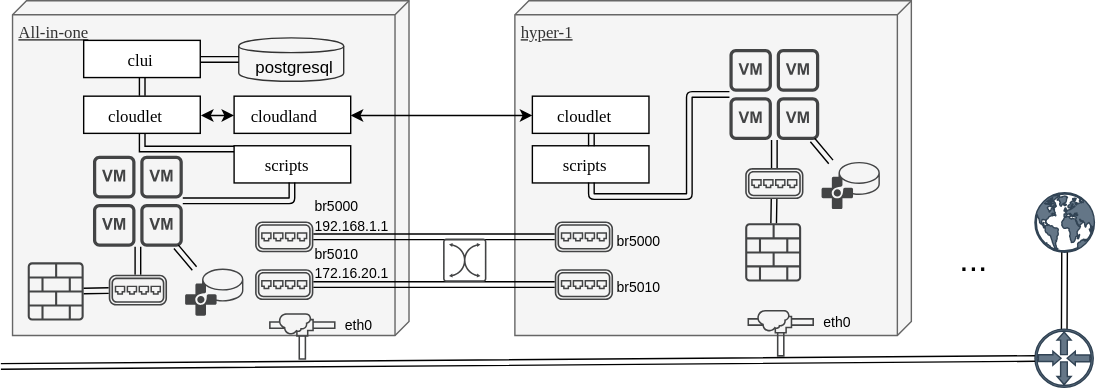
The draw.io diagram web/multinode.svg in Catherine2019/cloudland, before a commit. Source tidied: cells renumbered, new cells last; positions are measured from the earlier drawing's top-left corner, leaving out a move shared by most shapes. Source of this version:
```xml
<mxGraphModel>
  <root>
    <mxCell id="0" />
    <mxCell id="1" parent="0" />
    <mxCell id="2" value="All-in-one" style="verticalAlign=top;align=left;spacingTop=8;spacingLeft=2;spacingRight=12;shape=cube;size=10;direction=south;fontStyle=4;html=1;rounded=0;shadow=0;comic=0;labelBackgroundColor=none;strokeColor=#666666;strokeWidth=1;fillColor=#f5f5f5;fontFamily=Verdana;fontSize=12;fontColor=#333333;" parent="1" vertex="1">
      <mxGeometry x="8.3" width="283.3" height="239.2" as="geometry" />
    </mxCell>
    <mxCell id="3" value="clui" style="html=1;rounded=0;shadow=0;comic=0;labelBackgroundColor=none;strokeColor=#000000;strokeWidth=1;fillColor=#ffffff;fontFamily=Verdana;fontSize=12;fontColor=#000000;align=center;" parent="1" vertex="1">
      <mxGeometry x="59.2" y="28.4" width="83.3" height="26.6" as="geometry" />
    </mxCell>
    <mxCell id="4" style="shape=cylinder;whiteSpace=wrap;html=1;boundedLbl=1;backgroundOutline=1;strokeColor=#333333;fillColor=none;" parent="1" vertex="1">
      <mxGeometry x="170" y="26.6" width="75" height="31" as="geometry" />
    </mxCell>
    <mxCell id="5" style="edgeStyle=none;shape=link;rounded=0;jettySize=auto;html=1;exitX=1;exitY=0.5;exitDx=0;exitDy=0;entryX=0;entryY=0.5;entryDx=0;entryDy=0;startArrow=blockThin;startFill=1;" parent="1" edge="1" source="3" target="4">
      <mxGeometry relative="1" as="geometry" />
    </mxCell>
    <mxCell id="6" value="postgresql" style="text;html=1;strokeColor=none;fillColor=none;align=center;verticalAlign=middle;whiteSpace=wrap;rounded=0;" parent="1" vertex="1">
      <mxGeometry x="190.8" y="39.9" width="37.5" height="13.3" as="geometry" />
    </mxCell>
    <mxCell id="7" value="cloudlet" style="html=1;rounded=0;shadow=0;comic=0;labelBackgroundColor=none;strokeColor=#000000;strokeWidth=1;fillColor=#ffffff;fontFamily=Verdana;fontSize=12;fontColor=#000000;align=center;" parent="1" vertex="1">
      <mxGeometry x="59.2" y="68.2" width="83.3" height="26.6" as="geometry" />
    </mxCell>
    <mxCell id="8" style="rounded=0;jettySize=auto;html=1;exitX=0.5;exitY=1;exitDx=0;exitDy=0;entryX=0.5;entryY=0;entryDx=0;entryDy=0;startArrow=blockThin;startFill=1;shape=link;" parent="1" edge="1" source="3" target="7">
      <mxGeometry relative="1" as="geometry" />
    </mxCell>
    <mxCell id="9" style="edgeStyle=orthogonalEdgeStyle;rounded=0;jettySize=auto;html=1;entryX=1;entryY=0.5;entryDx=0;entryDy=0;startArrow=classic;startFill=1;" parent="1" edge="1" source="10" target="7">
      <mxGeometry relative="1" as="geometry" />
    </mxCell>
    <mxCell id="10" value="cloudland" style="html=1;rounded=0;shadow=0;comic=0;labelBackgroundColor=none;strokeColor=#000000;strokeWidth=1;fillColor=#ffffff;fontFamily=Verdana;fontSize=12;fontColor=#000000;align=center;" parent="1" vertex="1">
      <mxGeometry x="166.7" y="68.2" width="83.3" height="26.6" as="geometry" />
    </mxCell>
    <mxCell id="11" style="edgeStyle=orthogonalEdgeStyle;rounded=0;jettySize=auto;html=1;shape=link;" parent="1" edge="1" source="12" target="7">
      <mxGeometry relative="1" as="geometry">
        <Array as="points">
          <mxPoint x="100.8" y="106.3" />
        </Array>
      </mxGeometry>
    </mxCell>
    <mxCell id="12" value="scripts" style="html=1;rounded=0;shadow=0;comic=0;labelBackgroundColor=none;strokeColor=#000000;strokeWidth=1;fillColor=#ffffff;fontFamily=Verdana;fontSize=12;fontColor=#000000;align=center;" parent="1" vertex="1">
      <mxGeometry x="166.7" y="103.7" width="83.3" height="26.6" as="geometry" />
    </mxCell>
    <mxCell id="13" style="endArrow=classic;startArrow=classic;html=1;edgeStyle=orthogonalEdgeStyle;entryX=0.5;entryY=1;entryDx=0;entryDy=0;shape=link;" parent="1" edge="1" source="15" target="12">
      <mxGeometry relative="1" as="geometry" />
    </mxCell>
    <mxCell id="14" style="shadow=0;dashed=0;html=1;strokeColor=none;fillColor=#434445;labelPosition=center;verticalLabelPosition=bottom;verticalAlign=top;align=center;outlineConnect=0;shape=mxgraph.vvd.logical_firewall;" parent="1" vertex="1">
      <mxGeometry x="19.2" y="187" width="40" height="41.7" as="geometry" />
    </mxCell>
    <mxCell id="15" style="shadow=0;dashed=0;html=1;strokeColor=none;fillColor=#434445;labelPosition=center;verticalLabelPosition=bottom;verticalAlign=top;align=center;outlineConnect=0;shape=mxgraph.vvd.vm_group;" parent="1" vertex="1">
      <mxGeometry x="65.8" y="110.8" width="64.2" height="65" as="geometry" />
    </mxCell>
    <mxCell id="16" style="edgeStyle=none;shape=link;rounded=0;jettySize=auto;html=1;startArrow=blockThin;startFill=1;" parent="1" edge="1" source="18" target="14">
      <mxGeometry relative="1" as="geometry" />
    </mxCell>
    <mxCell id="17" style="edgeStyle=none;shape=link;rounded=0;jettySize=auto;html=1;startArrow=blockThin;startFill=1;" parent="1" edge="1" source="18" target="15">
      <mxGeometry relative="1" as="geometry" />
    </mxCell>
    <mxCell id="18" style="shadow=0;dashed=0;html=1;strokeColor=none;fillColor=#434445;labelPosition=center;verticalLabelPosition=bottom;verticalAlign=top;align=center;outlineConnect=0;shape=mxgraph.vvd.virtual_switch;" parent="1" vertex="1">
      <mxGeometry x="77.1" y="195.8" width="41.7" height="22.1" as="geometry" />
    </mxCell>
    <mxCell id="19" style="shadow=0;dashed=0;html=1;strokeColor=#314354;fillColor=#647687;labelPosition=center;verticalLabelPosition=bottom;verticalAlign=top;align=center;outlineConnect=0;shape=mxgraph.vvd.networking;fontColor=#ffffff;" parent="1" vertex="1">
      <mxGeometry x="739" y="137.2" width="42.5" height="42.5" as="geometry" />
    </mxCell>
    <mxCell id="20" style="edgeStyle=none;shape=link;rounded=0;jettySize=auto;html=1;startArrow=blockThin;startFill=1;" parent="1" edge="1" source="21" target="19">
      <mxGeometry relative="1" as="geometry" />
    </mxCell>
    <mxCell id="21" style="shadow=0;dashed=0;html=1;strokeColor=#314354;fillColor=#647687;labelPosition=center;verticalLabelPosition=bottom;verticalAlign=top;align=center;outlineConnect=0;shape=mxgraph.vvd.physical_upstream_router;fontColor=#ffffff;" parent="1" vertex="1">
      <mxGeometry x="739" y="234.7" width="41.7" height="41.7" as="geometry" />
    </mxCell>
    <mxCell id="22" style="edgeStyle=none;shape=link;rounded=0;jettySize=auto;html=1;startArrow=blockThin;startFill=1;" parent="1" edge="1" source="23" target="15">
      <mxGeometry relative="1" as="geometry" />
    </mxCell>
    <mxCell id="23" style="shadow=0;dashed=0;html=1;strokeColor=none;fillColor=#434445;labelPosition=center;verticalLabelPosition=bottom;verticalAlign=top;align=center;outlineConnect=0;shape=mxgraph.vvd.writable_volume;" parent="1" vertex="1">
      <mxGeometry x="131.7" y="191.4" width="41.7" height="33.8" as="geometry" />
    </mxCell>
    <mxCell id="24" style="edgeStyle=none;shape=link;rounded=0;jettySize=auto;html=1;startArrow=blockThin;startFill=1;" parent="1" edge="1" target="21">
      <mxGeometry relative="1" as="geometry">
        <mxPoint y="261.4" as="sourcePoint" />
      </mxGeometry>
    </mxCell>
    <mxCell id="25" style="shadow=0;dashed=0;html=1;strokeColor=none;fillColor=#434445;labelPosition=center;verticalLabelPosition=bottom;verticalAlign=top;align=center;outlineConnect=0;shape=mxgraph.vvd.virtual_switch;" parent="1" vertex="1">
      <mxGeometry x="181.7" y="191.8" width="41.7" height="22.1" as="geometry" />
    </mxCell>
    <mxCell id="26" style="shadow=0;dashed=0;html=1;strokeColor=none;fillColor=#434445;labelPosition=center;verticalLabelPosition=bottom;verticalAlign=top;align=center;outlineConnect=0;shape=mxgraph.vvd.virtual_switch;" parent="1" vertex="1">
      <mxGeometry x="181.7" y="157.7" width="41.7" height="22.1" as="geometry" />
    </mxCell>
    <mxCell id="27" value="&lt;div align=&quot;left&quot;&gt;&lt;font style=&quot;font-size: 10px&quot;&gt;br5000&lt;/font&gt;&lt;br&gt;&lt;font style=&quot;font-size: 10px&quot;&gt;192.168.1.1&lt;/font&gt;&lt;/div&gt;" style="text;html=1;strokeColor=none;fillColor=none;align=center;verticalAlign=middle;whiteSpace=wrap;rounded=0;" parent="1" vertex="1">
      <mxGeometry x="233.3" y="144.4" width="33.3" height="17.7" as="geometry" />
    </mxCell>
    <mxCell id="28" value="&lt;div align=&quot;left&quot;&gt;&lt;font style=&quot;font-size: 10px&quot;&gt;br5010&lt;/font&gt;&lt;br&gt;&lt;font style=&quot;font-size: 10px&quot;&gt;172.16.20.1&lt;/font&gt;&lt;/div&gt;" style="text;html=1;strokeColor=none;fillColor=none;align=center;verticalAlign=middle;whiteSpace=wrap;rounded=0;" parent="1" vertex="1">
      <mxGeometry x="233.5" y="178.2" width="33.3" height="17.7" as="geometry" />
    </mxCell>
    <mxCell id="29" value="&lt;font style=&quot;font-size: 10px&quot;&gt;eth0&lt;/font&gt;" style="text;html=1;strokeColor=none;fillColor=none;align=center;verticalAlign=middle;whiteSpace=wrap;rounded=0;" parent="1" vertex="1">
      <mxGeometry x="238.8" y="222.4" width="33.3" height="17.7" as="geometry" />
    </mxCell>
    <mxCell id="30" value="hyper-1" style="verticalAlign=top;align=left;spacingTop=8;spacingLeft=2;spacingRight=12;shape=cube;size=10;direction=south;fontStyle=4;html=1;rounded=0;shadow=0;comic=0;labelBackgroundColor=none;strokeColor=#666666;strokeWidth=1;fillColor=#f5f5f5;fontFamily=Verdana;fontSize=12;fontColor=#333333;" parent="1" vertex="1">
      <mxGeometry x="367.3" width="283.3" height="239.2" as="geometry" />
    </mxCell>
    <mxCell id="31" style="edgeStyle=orthogonalEdgeStyle;rounded=0;jettySize=auto;html=1;entryX=1;entryY=0.5;entryDx=0;entryDy=0;startArrow=classic;startFill=1;" parent="1" edge="1" source="32" target="10">
      <mxGeometry relative="1" as="geometry" />
    </mxCell>
    <mxCell id="32" value="cloudlet" style="html=1;rounded=0;shadow=0;comic=0;labelBackgroundColor=none;strokeColor=#000000;strokeWidth=1;fillColor=#ffffff;fontFamily=Verdana;fontSize=12;fontColor=#000000;align=center;" parent="1" vertex="1">
      <mxGeometry x="379.8" y="68.2" width="83.3" height="26.6" as="geometry" />
    </mxCell>
    <mxCell id="33" value="scripts" style="html=1;rounded=0;shadow=0;comic=0;labelBackgroundColor=none;strokeColor=#000000;strokeWidth=1;fillColor=#ffffff;fontFamily=Verdana;fontSize=12;fontColor=#000000;align=center;" parent="1" vertex="1">
      <mxGeometry x="379.8" y="103.7" width="83.3" height="26.6" as="geometry" />
    </mxCell>
    <mxCell id="34" style="edgeStyle=none;shape=link;rounded=0;jettySize=auto;html=1;exitX=0.5;exitY=1;exitDx=0;exitDy=0;entryX=0.5;entryY=0;entryDx=0;entryDy=0;startArrow=blockThin;startFill=1;" parent="1" edge="1" source="32" target="33">
      <mxGeometry relative="1" as="geometry" />
    </mxCell>
    <mxCell id="35" style="endArrow=classic;startArrow=classic;html=1;edgeStyle=orthogonalEdgeStyle;entryX=0.5;entryY=1;entryDx=0;entryDy=0;shape=link;" parent="1" edge="1" source="37" target="33">
      <mxGeometry relative="1" as="geometry" />
    </mxCell>
    <mxCell id="36" style="shadow=0;dashed=0;html=1;strokeColor=none;fillColor=#434445;labelPosition=center;verticalLabelPosition=bottom;verticalAlign=top;align=center;outlineConnect=0;shape=mxgraph.vvd.logical_firewall;" parent="1" vertex="1">
      <mxGeometry x="531.9" y="159.1" width="40" height="41.7" as="geometry" />
    </mxCell>
    <mxCell id="37" style="shadow=0;dashed=0;html=1;strokeColor=none;fillColor=#434445;labelPosition=center;verticalLabelPosition=bottom;verticalAlign=top;align=center;outlineConnect=0;shape=mxgraph.vvd.vm_group;" parent="1" vertex="1">
      <mxGeometry x="520.7" y="34.6" width="64.2" height="65" as="geometry" />
    </mxCell>
    <mxCell id="38" style="edgeStyle=none;shape=link;rounded=0;jettySize=auto;html=1;startArrow=blockThin;startFill=1;" parent="1" edge="1" source="40" target="36">
      <mxGeometry relative="1" as="geometry" />
    </mxCell>
    <mxCell id="39" style="edgeStyle=none;shape=link;rounded=0;jettySize=auto;html=1;startArrow=blockThin;startFill=1;" parent="1" edge="1" source="40" target="37">
      <mxGeometry relative="1" as="geometry" />
    </mxCell>
    <mxCell id="40" style="shadow=0;dashed=0;html=1;strokeColor=none;fillColor=#434445;labelPosition=center;verticalLabelPosition=bottom;verticalAlign=top;align=center;outlineConnect=0;shape=mxgraph.vvd.virtual_switch;" parent="1" vertex="1">
      <mxGeometry x="531.9" y="119.6" width="41.7" height="22.1" as="geometry" />
    </mxCell>
    <mxCell id="41" style="edgeStyle=none;shape=link;rounded=0;jettySize=auto;html=1;startArrow=blockThin;startFill=1;" parent="1" edge="1" source="42" target="37">
      <mxGeometry relative="1" as="geometry" />
    </mxCell>
    <mxCell id="42" style="shadow=0;dashed=0;html=1;strokeColor=none;fillColor=#434445;labelPosition=center;verticalLabelPosition=bottom;verticalAlign=top;align=center;outlineConnect=0;shape=mxgraph.vvd.writable_volume;" parent="1" vertex="1">
      <mxGeometry x="586.5" y="115.2" width="41.7" height="33.8" as="geometry" />
    </mxCell>
    <mxCell id="43" style="edgeStyle=orthogonalEdgeStyle;shape=link;rounded=0;jettySize=auto;html=1;startArrow=classic;startFill=1;" parent="1" edge="1" source="44" target="25">
      <mxGeometry relative="1" as="geometry" />
    </mxCell>
    <mxCell id="44" style="shadow=0;dashed=0;html=1;strokeColor=none;fillColor=#434445;labelPosition=center;verticalLabelPosition=bottom;verticalAlign=top;align=center;outlineConnect=0;shape=mxgraph.vvd.virtual_switch;" parent="1" vertex="1">
      <mxGeometry x="395.8" y="191.8" width="41.7" height="22.1" as="geometry" />
    </mxCell>
    <mxCell id="45" style="edgeStyle=orthogonalEdgeStyle;rounded=0;jettySize=auto;html=1;startArrow=classic;startFill=1;shape=link;" parent="1" edge="1" source="46" target="26">
      <mxGeometry relative="1" as="geometry" />
    </mxCell>
    <mxCell id="46" style="shadow=0;dashed=0;html=1;strokeColor=none;fillColor=#434445;labelPosition=center;verticalLabelPosition=bottom;verticalAlign=top;align=center;outlineConnect=0;shape=mxgraph.vvd.virtual_switch;" parent="1" vertex="1">
      <mxGeometry x="395.8" y="157.7" width="41.7" height="22.1" as="geometry" />
    </mxCell>
    <mxCell id="47" value="&lt;div align=&quot;left&quot;&gt;&lt;font style=&quot;font-size: 10px&quot;&gt;br5000&lt;/font&gt;&lt;/div&gt;" style="text;html=1;strokeColor=none;fillColor=none;align=center;verticalAlign=middle;whiteSpace=wrap;rounded=0;" parent="1" vertex="1">
      <mxGeometry x="439.2" y="162.2" width="33.3" height="17.7" as="geometry" />
    </mxCell>
    <mxCell id="48" value="&lt;div align=&quot;left&quot;&gt;&lt;font style=&quot;font-size: 10px&quot;&gt;br5010&lt;/font&gt;&lt;/div&gt;" style="text;html=1;strokeColor=none;fillColor=none;align=center;verticalAlign=middle;whiteSpace=wrap;rounded=0;" parent="1" vertex="1">
      <mxGeometry x="439.2" y="198" width="33.3" height="11.5" as="geometry" />
    </mxCell>
    <mxCell id="49" style="shadow=0;dashed=0;html=1;strokeColor=none;fillColor=#434445;labelPosition=center;verticalLabelPosition=bottom;verticalAlign=top;align=center;shape=mxgraph.vvd.external_networks;rotation=180;" parent="1" vertex="1">
      <mxGeometry x="191.7" y="223.3" width="47.5" height="33.3" as="geometry" />
    </mxCell>
    <mxCell id="50" value="&lt;font style=&quot;font-size: 10px&quot;&gt;eth0&lt;/font&gt;" style="text;html=1;strokeColor=none;fillColor=none;align=center;verticalAlign=middle;whiteSpace=wrap;rounded=0;" parent="1" vertex="1">
      <mxGeometry x="580.7" y="220.2" width="33.3" height="17.7" as="geometry" />
    </mxCell>
    <mxCell id="51" style="shadow=0;dashed=0;html=1;strokeColor=none;fillColor=#434445;labelPosition=center;verticalLabelPosition=bottom;verticalAlign=top;align=center;shape=mxgraph.vvd.external_networks;rotation=180;" parent="1" vertex="1">
      <mxGeometry x="533.6" y="221.1" width="47.5" height="33.3" as="geometry" />
    </mxCell>
    <mxCell id="52" style="shadow=0;dashed=0;html=1;strokeColor=none;fillColor=#434445;labelPosition=center;verticalLabelPosition=bottom;verticalAlign=top;align=center;shape=mxgraph.vvd.vxlan;" parent="1" vertex="1">
      <mxGeometry x="316" y="170" width="31" height="31" as="geometry" />
    </mxCell>
    <mxCell id="53" value="&lt;font style=&quot;font-size: 24px&quot;&gt;...&lt;/font&gt;" style="text;html=1;strokeColor=none;fillColor=none;align=center;verticalAlign=middle;whiteSpace=wrap;rounded=0;" parent="1" vertex="1">
      <mxGeometry x="675" y="175.5" width="40" height="20" as="geometry" />
    </mxCell>
  </root>
</mxGraphModel>
```
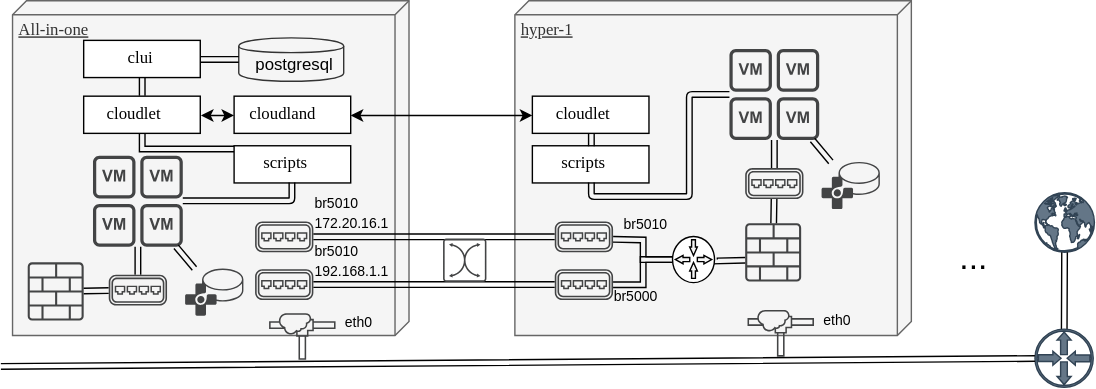
The same file after the commit.

The edit, as a diff of the source:
```diff
@@ -72,23 +72,23 @@
     <mxCell id="23" style="shadow=0;dashed=0;html=1;strokeColor=none;fillColor=#434445;labelPosition=center;verticalLabelPosition=bottom;verticalAlign=top;align=center;outlineConnect=0;shape=mxgraph.vvd.writable_volume;" parent="1" vertex="1">
       <mxGeometry x="131.7" y="191.4" width="41.7" height="33.8" as="geometry" />
     </mxCell>
-    <mxCell id="24" style="edgeStyle=none;shape=link;rounded=0;jettySize=auto;html=1;startArrow=blockThin;startFill=1;" parent="1" edge="1" target="21">
-      <mxGeometry relative="1" as="geometry">
-        <mxPoint y="261.4" as="sourcePoint" />
-      </mxGeometry>
-    </mxCell>
+    <mxCell id="54" style="edgeStyle=none;shape=link;rounded=0;jettySize=auto;html=1;startArrow=blockThin;startFill=1;" parent="1" edge="1" target="21">
+      <mxGeometry relative="1" as="geometry">
+        <mxPoint y="261.4" as="sourcePoint" />
+      </mxGeometry>
+    </mxCell>
     <mxCell id="25" style="shadow=0;dashed=0;html=1;strokeColor=none;fillColor=#434445;labelPosition=center;verticalLabelPosition=bottom;verticalAlign=top;align=center;outlineConnect=0;shape=mxgraph.vvd.virtual_switch;" parent="1" vertex="1">
       <mxGeometry x="181.7" y="191.8" width="41.7" height="22.1" as="geometry" />
     </mxCell>
     <mxCell id="26" style="shadow=0;dashed=0;html=1;strokeColor=none;fillColor=#434445;labelPosition=center;verticalLabelPosition=bottom;verticalAlign=top;align=center;outlineConnect=0;shape=mxgraph.vvd.virtual_switch;" parent="1" vertex="1">
       <mxGeometry x="181.7" y="157.7" width="41.7" height="22.1" as="geometry" />
     </mxCell>
-    <mxCell id="27" value="&lt;div align=&quot;left&quot;&gt;&lt;font style=&quot;font-size: 10px&quot;&gt;br5000&lt;/font&gt;&lt;br&gt;&lt;font style=&quot;font-size: 10px&quot;&gt;192.168.1.1&lt;/font&gt;&lt;/div&gt;" style="text;html=1;strokeColor=none;fillColor=none;align=center;verticalAlign=middle;whiteSpace=wrap;rounded=0;" parent="1" vertex="1">
-      <mxGeometry x="233.3" y="144.4" width="33.3" height="17.7" as="geometry" />
-    </mxCell>
-    <mxCell id="28" value="&lt;div align=&quot;left&quot;&gt;&lt;font style=&quot;font-size: 10px&quot;&gt;br5010&lt;/font&gt;&lt;br&gt;&lt;font style=&quot;font-size: 10px&quot;&gt;172.16.20.1&lt;/font&gt;&lt;/div&gt;" style="text;html=1;strokeColor=none;fillColor=none;align=center;verticalAlign=middle;whiteSpace=wrap;rounded=0;" parent="1" vertex="1">
-      <mxGeometry x="233.5" y="178.2" width="33.3" height="17.7" as="geometry" />
-    </mxCell>
+    <mxCell id="55" value="&lt;div align=&quot;left&quot;&gt;&lt;font style=&quot;font-size: 10px&quot;&gt;br5010&lt;/font&gt;&lt;br&gt;&lt;font style=&quot;font-size: 10px&quot;&gt;172.20.16.1&lt;/font&gt;&lt;/div&gt;" style="text;html=1;strokeColor=none;fillColor=none;align=center;verticalAlign=middle;whiteSpace=wrap;rounded=0;" parent="1" vertex="1">
+      <mxGeometry x="233.3" y="144.4" width="33.3" height="17.7" as="geometry" />
+    </mxCell>
+    <mxCell id="56" value="&lt;div align=&quot;left&quot;&gt;&lt;font style=&quot;font-size: 10px&quot;&gt;br5010&lt;/font&gt;&lt;br&gt;&lt;font style=&quot;font-size: 10px&quot;&gt;192.168.1.1&lt;/font&gt;&lt;/div&gt;" style="text;html=1;strokeColor=none;fillColor=none;align=center;verticalAlign=middle;whiteSpace=wrap;rounded=0;" parent="1" vertex="1">
+      <mxGeometry x="233.5" y="178.2" width="33.3" height="17.7" as="geometry" />
+    </mxCell>
     <mxCell id="29" value="&lt;font style=&quot;font-size: 10px&quot;&gt;eth0&lt;/font&gt;" style="text;html=1;strokeColor=none;fillColor=none;align=center;verticalAlign=middle;whiteSpace=wrap;rounded=0;" parent="1" vertex="1">
       <mxGeometry x="238.8" y="222.4" width="33.3" height="17.7" as="geometry" />
     </mxCell>
@@ -143,12 +143,6 @@
     <mxCell id="46" style="shadow=0;dashed=0;html=1;strokeColor=none;fillColor=#434445;labelPosition=center;verticalLabelPosition=bottom;verticalAlign=top;align=center;outlineConnect=0;shape=mxgraph.vvd.virtual_switch;" parent="1" vertex="1">
       <mxGeometry x="395.8" y="157.7" width="41.7" height="22.1" as="geometry" />
     </mxCell>
-    <mxCell id="47" value="&lt;div align=&quot;left&quot;&gt;&lt;font style=&quot;font-size: 10px&quot;&gt;br5000&lt;/font&gt;&lt;/div&gt;" style="text;html=1;strokeColor=none;fillColor=none;align=center;verticalAlign=middle;whiteSpace=wrap;rounded=0;" parent="1" vertex="1">
-      <mxGeometry x="439.2" y="162.2" width="33.3" height="17.7" as="geometry" />
-    </mxCell>
-    <mxCell id="48" value="&lt;div align=&quot;left&quot;&gt;&lt;font style=&quot;font-size: 10px&quot;&gt;br5010&lt;/font&gt;&lt;/div&gt;" style="text;html=1;strokeColor=none;fillColor=none;align=center;verticalAlign=middle;whiteSpace=wrap;rounded=0;" parent="1" vertex="1">
-      <mxGeometry x="439.2" y="198" width="33.3" height="11.5" as="geometry" />
-    </mxCell>
     <mxCell id="49" style="shadow=0;dashed=0;html=1;strokeColor=none;fillColor=#434445;labelPosition=center;verticalLabelPosition=bottom;verticalAlign=top;align=center;shape=mxgraph.vvd.external_networks;rotation=180;" parent="1" vertex="1">
       <mxGeometry x="191.7" y="223.3" width="47.5" height="33.3" as="geometry" />
     </mxCell>
@@ -164,5 +158,27 @@
     <mxCell id="53" value="&lt;font style=&quot;font-size: 24px&quot;&gt;...&lt;/font&gt;" style="text;html=1;strokeColor=none;fillColor=none;align=center;verticalAlign=middle;whiteSpace=wrap;rounded=0;" parent="1" vertex="1">
       <mxGeometry x="675" y="175.5" width="40" height="20" as="geometry" />
     </mxCell>
+    <mxCell id="57" style="edgeStyle=orthogonalEdgeStyle;shape=link;rounded=0;jettySize=auto;html=1;entryX=1;entryY=0.5;entryDx=0;entryDy=0;entryPerimeter=0;startArrow=classic;startFill=1;" parent="1" edge="1" target="60">
+      <mxGeometry relative="1" as="geometry">
+        <mxPoint x="531.9" y="185.5" as="sourcePoint" />
+      </mxGeometry>
+    </mxCell>
+    <mxCell id="48" value="&lt;div align=&quot;left&quot;&gt;&lt;font style=&quot;font-size: 10px&quot;&gt;br5010&lt;/font&gt;&lt;/div&gt;" style="text;html=1;strokeColor=none;fillColor=none;align=center;verticalAlign=middle;whiteSpace=wrap;rounded=0;" parent="1" vertex="1">
+      <mxGeometry x="439.5" y="151.5" width="41" height="18" as="geometry" />
+    </mxCell>
+    <mxCell id="47" value="&lt;div align=&quot;left&quot;&gt;&lt;font style=&quot;font-size: 10px&quot;&gt;br5000&lt;/font&gt;&lt;/div&gt;" style="text;html=1;strokeColor=none;fillColor=none;align=center;verticalAlign=middle;whiteSpace=wrap;rounded=0;" parent="1" vertex="1">
+      <mxGeometry x="436.7" y="206" width="33.3" height="11.5" as="geometry" />
+    </mxCell>
+    <mxCell id="58" style="edgeStyle=orthogonalEdgeStyle;shape=link;rounded=0;jettySize=auto;html=1;startArrow=classic;startFill=1;" parent="1" edge="1" source="60">
+      <mxGeometry relative="1" as="geometry">
+        <mxPoint x="437.5" y="170.5" as="targetPoint" />
+      </mxGeometry>
+    </mxCell>
+    <mxCell id="59" style="edgeStyle=orthogonalEdgeStyle;rounded=0;jettySize=auto;html=1;shape=link;" parent="1" edge="1" source="60" target="44">
+      <mxGeometry relative="1" as="geometry" />
+    </mxCell>
+    <mxCell id="60" style="shadow=0;dashed=0;html=1;strokeColor=#000000;labelPosition=center;verticalLabelPosition=bottom;verticalAlign=top;align=center;shape=mxgraph.mscae.enterprise.gateway;fillColor=#ffffff;" parent="1" vertex="1">
+      <mxGeometry x="480" y="168.5" width="30" height="33" as="geometry" />
+    </mxCell>
   </root>
 </mxGraphModel>
```
